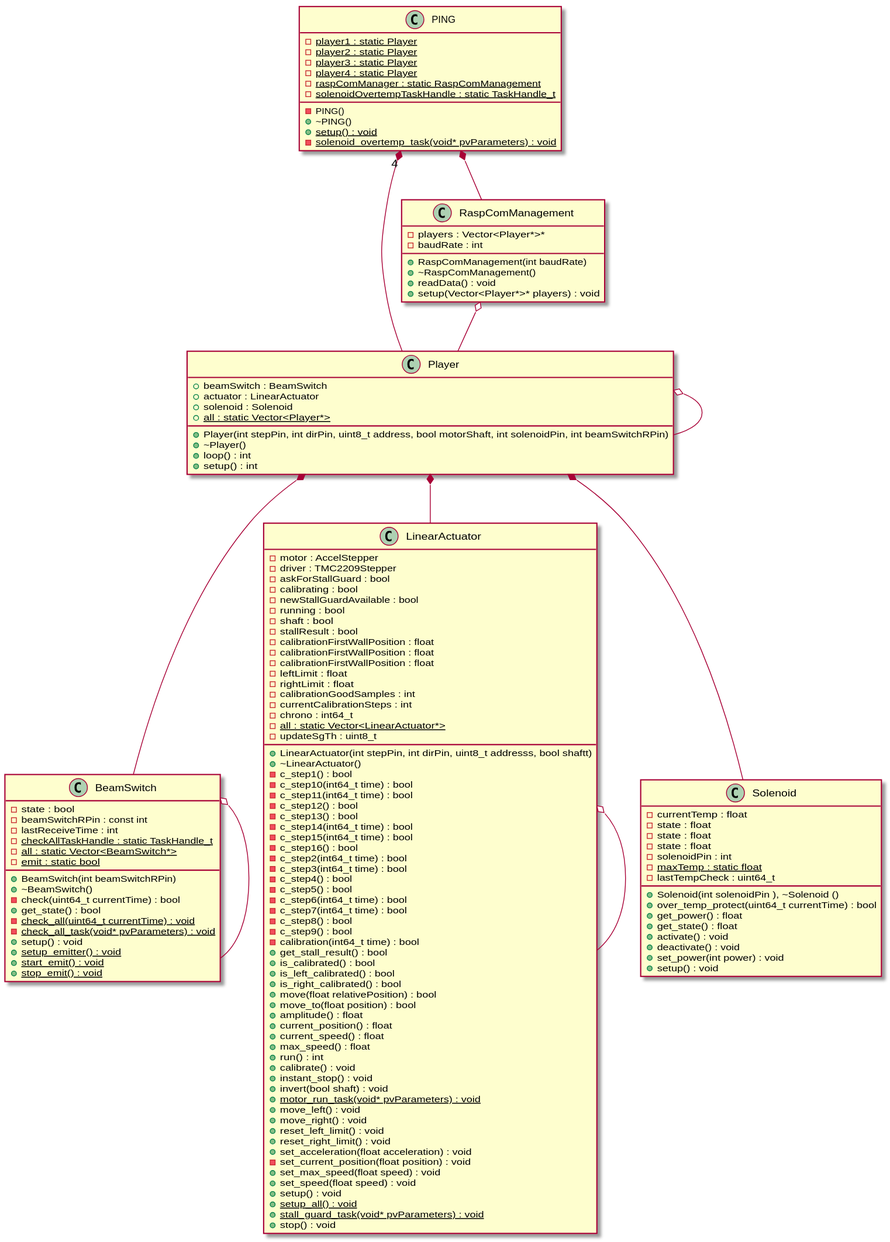
The PlantUML diagram docs/esp32.svg in 2PING2/PING2, before a commit. Its diagram source:
```plantuml
@startuml






class BeamSwitch {
	+BeamSwitch(int beamSwitchRPin)
	+~BeamSwitch()
	-check(uint64_t currentTime) : bool
	+get_state() : bool
	-state : bool
	-beamSwitchRPin : const int
	-lastReceiveTime : int
	-{static} checkAllTaskHandle : static TaskHandle_t
	-{static} all : static Vector<BeamSwitch*>
	-{static} emit : static bool
	-{static} check_all(uint64_t currentTime) : void
	-{static} check_all_task(void* pvParameters) : void
	+setup() : void
	+{static} setup_emitter() : void
	+{static} start_emit() : void
	+{static} stop_emit() : void
}


class LinearActuator {
	+LinearActuator(int stepPin, int dirPin, uint8_t addresss, bool shaftt)
	+~LinearActuator()
	-motor : AccelStepper
	-driver : TMC2209Stepper
	-askForStallGuard : bool
	-c_step1() : bool
	-c_step10(int64_t time) : bool
	-c_step11(int64_t time) : bool
	-c_step12() : bool
	-c_step13() : bool
	-c_step14(int64_t time) : bool
	-c_step15(int64_t time) : bool
	-c_step16() : bool
	-c_step2(int64_t time) : bool
	-c_step3(int64_t time) : bool
	-c_step4() : bool
	-c_step5() : bool
	-c_step6(int64_t time) : bool
	-c_step7(int64_t time) : bool
	-c_step8() : bool
	-c_step9() : bool
	-calibrating : bool
	-calibration(int64_t time) : bool
	+get_stall_result() : bool
	+is_calibrated() : bool
	+is_left_calibrated() : bool
	+is_right_calibrated() : bool
	+move(float relativePosition) : bool
	+move_to(float position) : bool
	-newStallGuardAvailable : bool
	-running : bool
	-shaft : bool
	-stallResult : bool
	+amplitude() : float
	-calibrationFirstWallPosition : float
	-calibrationFirstWallPosition : float
	-calibrationFirstWallPosition : float
	+current_position() : float
	+current_speed() : float
	-leftLimit : float
	+max_speed() : float
	-rightLimit : float
	-calibrationGoodSamples : int
	-currentCalibrationSteps : int
	+run() : int
	-chrono : int64_t
	-{static} all : static Vector<LinearActuator*>
	-updateSgTh : uint8_t
	+calibrate() : void
	+instant_stop() : void
	+invert(bool shaft) : void
	+{static} motor_run_task(void* pvParameters) : void
	+move_left() : void
	+move_right() : void
	+reset_left_limit() : void
	+reset_right_limit() : void
	+set_acceleration(float acceleration) : void
	-set_current_position(float position) : void
	+set_max_speed(float speed) : void
	+set_speed(float speed) : void
	+setup() : void
	+{static} setup_all() : void
	+{static} stall_guard_task(void* pvParameters) : void
	+stop() : void
}


class PING {
	-PING()
	+~PING()
	-{static} player1 : static Player
	-{static} player2 : static Player
	-{static} player3 : static Player
	-{static} player4 : static Player
	-{static} raspComManager : static RaspComManagement
	-{static} solenoidOvertempTaskHandle : static TaskHandle_t
	+{static} setup() : void
	-{static} solenoid_overtemp_task(void* pvParameters) : void
}


class Player {
	+Player(int stepPin, int dirPin, uint8_t address, bool motorShaft, int solenoidPin, int beamSwitchRPin)
	+~Player()
	+beamSwitch : BeamSwitch
	+actuator : LinearActuator
	+solenoid : Solenoid
	+loop() : int
	+setup() : int
	+{static} all : static Vector<Player*>
}


class RaspComManagement {
	+RaspComManagement(int baudRate)
	+~RaspComManagement()
	-players : Vector<Player*>*
	-baudRate : int
	+readData() : void
	+setup(Vector<Player*>* players) : void
}


class Solenoid {
	+Solenoid(int solenoidPin ), ~Solenoid ()
	+over_temp_protect(uint64_t currentTime) : bool
	-currentTemp : float
	+get_power() : float
	+get_state() : float
	-state : float
	-state : float
	-state : float
	-solenoidPin : int
	-{static} maxTemp : static float
	-lastTempCheck : uint64_t
	+activate() : void
	+deactivate() : void
	+set_power(int power) : void
	+setup() : void
}










BeamSwitch o-- BeamSwitch


LinearActuator o-- LinearActuator


PING "4" *-- Player


PING *-- RaspComManagement


Player *-- BeamSwitch


Player *-- LinearActuator


Player o-- Player


Player *-- Solenoid


RaspComManagement o-- Player









@enduml
```
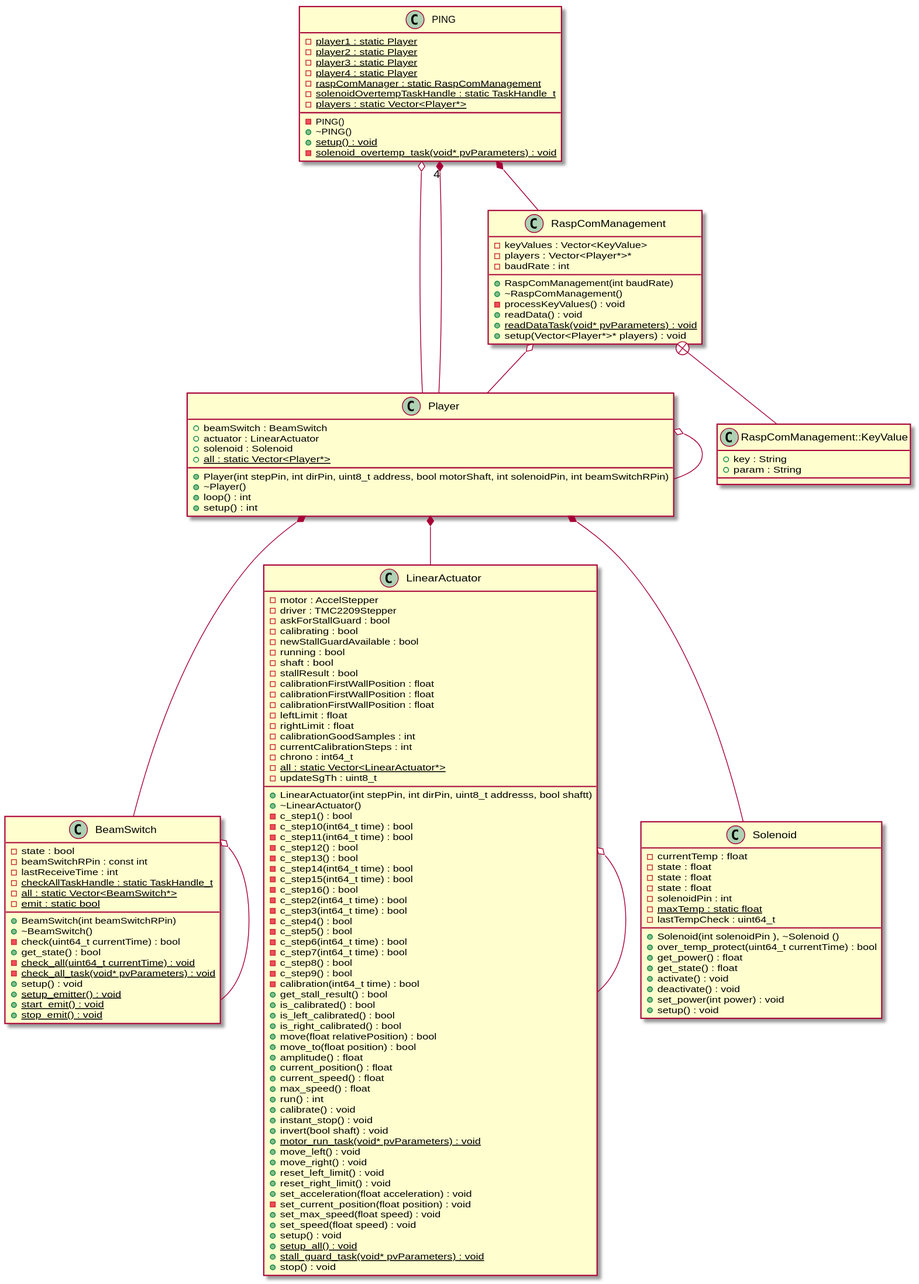
Above is the later version.

Commit message:
Updated UML diagram

The edit, as a diff of the source:
```diff
@@ -102,6 +102,7 @@
 	-{static} player4 : static Player
 	-{static} raspComManager : static RaspComManagement
 	-{static} solenoidOvertempTaskHandle : static TaskHandle_t
+	-{static} players : static Vector<Player*>
 	+{static} setup() : void
 	-{static} solenoid_overtemp_task(void* pvParameters) : void
 }
@@ -122,9 +123,12 @@
 class RaspComManagement {
 	+RaspComManagement(int baudRate)
 	+~RaspComManagement()
+	-keyValues : Vector<KeyValue>
 	-players : Vector<Player*>*
 	-baudRate : int
+	-processKeyValues() : void
 	+readData() : void
+	+{static} readDataTask(void* pvParameters) : void
 	+setup(Vector<Player*>* players) : void
 }
 
@@ -148,6 +152,12 @@
 }
 
 
+class RaspComManagement::KeyValue {
+	+key : String
+	+param : String
+}
+
+
 
 
 
@@ -160,6 +170,9 @@
 
 
 LinearActuator o-- LinearActuator
+
+
+PING o-- Player
 
 
 PING "4" *-- Player
@@ -188,6 +201,9 @@
 
 
 
+RaspComManagement +-- RaspComManagement::KeyValue
+
+
 
 
 @enduml
```
